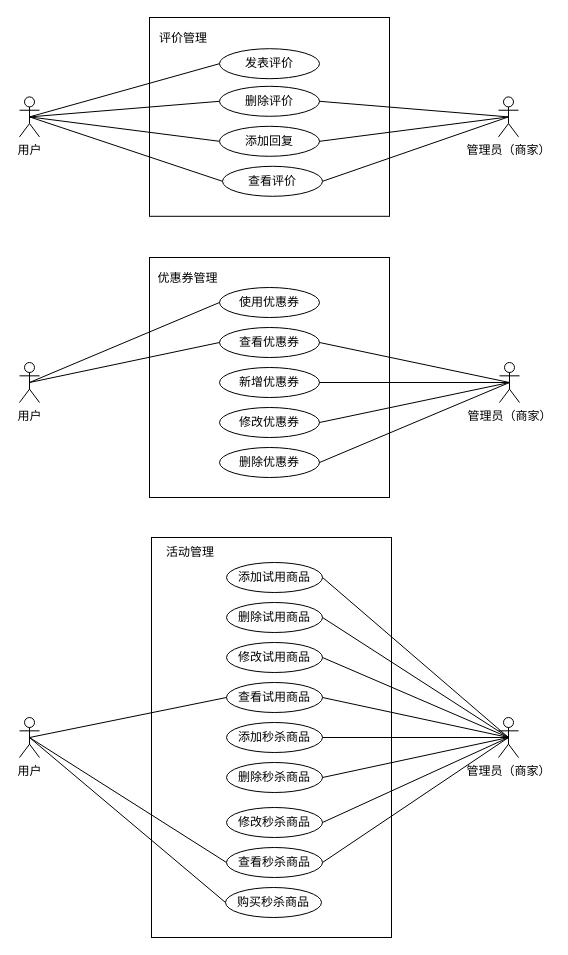
Above: page "分开-2" (4 of 27) of Untitled Diagram.drawio in hongkingking/hkk (draw.io), before the change. Source tidied: cells renumbered, new cells numbered last; positions are measured from the earlier drawing's top-left corner, leaving out a move shared by most shapes. Both pictures are drawn from the tidied source at 100%, with x=0, y=0 at pixel (19, 17).
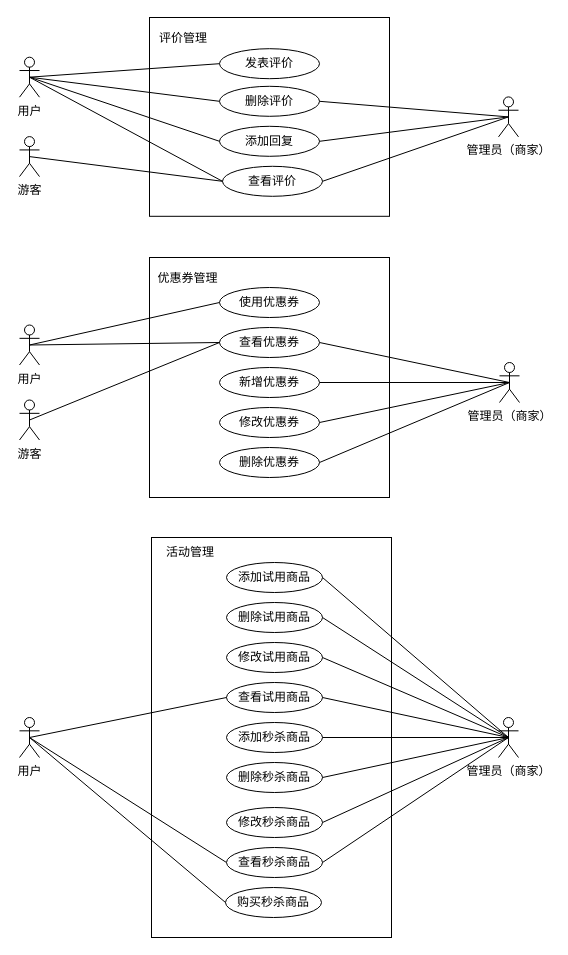
The same diagram, later.

Unchanged cells that the change refers to:
```xml
<mxCell id="14" value="查看评价" style="ellipse;whiteSpace=wrap;html=1;" parent="1" vertex="1">
  <mxGeometry x="203" y="148.8" width="100" height="30" as="geometry" />
</mxCell>
<mxCell id="18" value="查看优惠券" style="ellipse;whiteSpace=wrap;html=1;" parent="1" vertex="1">
  <mxGeometry x="200" y="310" width="100" height="30" as="geometry" />
</mxCell>
```

Diff of the diagram source:
```diff
@@
     <mxCell id="7" value="用户" style="shape=umlActor;verticalLabelPosition=bottom;verticalAlign=top;html=1;" parent="1" vertex="1">
-      <mxGeometry y="79.4" width="20" height="40" as="geometry" />
+      <mxGeometry y="39.7" width="20" height="40" as="geometry" />
     </mxCell>
@@
     <mxCell id="23" value="用户" style="shape=umlActor;verticalLabelPosition=bottom;verticalAlign=top;html=1;" parent="1" vertex="1">
-      <mxGeometry y="345" width="20" height="40" as="geometry" />
+      <mxGeometry y="307.5" width="20" height="40" as="geometry" />
     </mxCell>
@@
+    <mxCell id="56" value="游客" style="shape=umlActor;verticalLabelPosition=bottom;verticalAlign=top;html=1;" parent="1" vertex="1">
+      <mxGeometry y="382.5" width="20" height="40" as="geometry" />
+    </mxCell>
+    <mxCell id="57" style="endArrow=none;html=1;entryX=0;entryY=0.5;entryDx=0;entryDy=0;exitX=0.5;exitY=0.5;exitDx=0;exitDy=0;exitPerimeter=0;" parent="1" edge="1" source="56" target="18">
+      <mxGeometry relative="1" as="geometry" />
+    </mxCell>
+    <mxCell id="58" value="游客" style="shape=umlActor;verticalLabelPosition=bottom;verticalAlign=top;html=1;" parent="1" vertex="1">
+      <mxGeometry y="119.1" width="20" height="40" as="geometry" />
+    </mxCell>
+    <mxCell id="59" style="endArrow=none;html=1;exitX=0.5;exitY=0.5;exitDx=0;exitDy=0;exitPerimeter=0;entryX=0;entryY=0.5;entryDx=0;entryDy=0;" parent="1" edge="1" source="58" target="14">
+      <mxGeometry relative="1" as="geometry" />
+    </mxCell>
```
